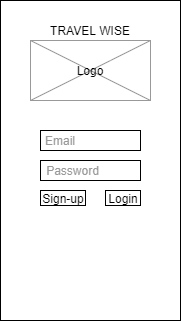
This is ux-design/Login.png from agile-dev-assignments/user-experience-design-team-luniao-devolved, a draw.io export, as it was before one commit. Source tidied: cells renumbered, new cells last; positions are measured from the earlier drawing's top-left corner, leaving out a move shared by most shapes. The source it was exported from:
```xml
<mxGraphModel>
  <root>
    <mxCell id="0" />
    <mxCell id="1" parent="0" />
    <mxCell id="2" style="rounded=0;whiteSpace=wrap;html=1;" parent="1" vertex="1">
      <mxGeometry width="180" height="320" as="geometry" />
    </mxCell>
    <mxCell id="3" style="rounded=0;whiteSpace=wrap;html=1;" parent="1" vertex="1">
      <mxGeometry x="40" y="130" width="100" height="20" as="geometry" />
    </mxCell>
    <mxCell id="4" style="rounded=0;whiteSpace=wrap;html=1;" parent="1" vertex="1">
      <mxGeometry x="40" y="160" width="100" height="20" as="geometry" />
    </mxCell>
    <mxCell id="5" value="&lt;font color=&quot;#999999&quot;&gt;Email&lt;/font&gt;" style="text;html=1;strokeColor=none;fillColor=none;align=center;verticalAlign=middle;whiteSpace=wrap;rounded=0;" parent="1" vertex="1">
      <mxGeometry x="40" y="130" width="40" height="20" as="geometry" />
    </mxCell>
    <mxCell id="6" value="&lt;font color=&quot;#999999&quot;&gt;Password&lt;/font&gt;" style="text;html=1;strokeColor=none;fillColor=none;align=center;verticalAlign=middle;whiteSpace=wrap;rounded=0;" parent="1" vertex="1">
      <mxGeometry x="40" y="160" width="65" height="20" as="geometry" />
    </mxCell>
    <mxCell id="7" style="rounded=0;whiteSpace=wrap;html=1;strokeColor=#999999;" parent="1" vertex="1">
      <mxGeometry x="30" y="40" width="120" height="60" as="geometry" />
    </mxCell>
    <mxCell id="8" value="TRAVEL WISE" style="text;html=1;strokeColor=none;fillColor=none;align=center;verticalAlign=middle;whiteSpace=wrap;rounded=0;" parent="1" vertex="1">
      <mxGeometry x="45" y="20" width="90" height="20" as="geometry" />
    </mxCell>
    <mxCell id="9" style="endArrow=none;html=1;entryX=1;entryY=0;entryDx=0;entryDy=0;strokeColor=#999999;" parent="1" edge="1" source="12" target="7">
      <mxGeometry relative="1" as="geometry" />
    </mxCell>
    <mxCell id="10" style="endArrow=none;html=1;entryX=0;entryY=0;entryDx=0;entryDy=0;exitX=1;exitY=1;exitDx=0;exitDy=0;strokeColor=#999999;" parent="1" edge="1" source="7" target="7">
      <mxGeometry relative="1" as="geometry" />
    </mxCell>
    <mxCell id="11" style="endArrow=none;html=1;entryX=1;entryY=0;entryDx=0;entryDy=0;strokeColor=#999999;" parent="1" edge="1" target="12">
      <mxGeometry relative="1" as="geometry">
        <mxPoint x="30" y="100" as="sourcePoint" />
      </mxGeometry>
    </mxCell>
    <mxCell id="12" value="Logo" style="text;html=1;strokeColor=none;fillColor=none;align=center;verticalAlign=middle;whiteSpace=wrap;rounded=0;" parent="1" vertex="1">
      <mxGeometry x="70" y="60" width="40" height="20" as="geometry" />
    </mxCell>
    <mxCell id="13" style="rounded=0;whiteSpace=wrap;html=1;" parent="1" vertex="1">
      <mxGeometry x="105" y="190" width="35" height="15" as="geometry" />
    </mxCell>
    <mxCell id="14" value="Login" style="text;html=1;strokeColor=none;fillColor=none;align=center;verticalAlign=middle;whiteSpace=wrap;rounded=0;" parent="1" vertex="1">
      <mxGeometry x="107.5" y="197.5" width="30" as="geometry" />
    </mxCell>
    <mxCell id="15" style="rounded=0;whiteSpace=wrap;html=1;" parent="1" vertex="1">
      <mxGeometry x="40" y="190" width="45" height="15" as="geometry" />
    </mxCell>
    <mxCell id="16" value="Sign-up" style="text;html=1;strokeColor=none;fillColor=none;align=center;verticalAlign=middle;whiteSpace=wrap;rounded=0;" parent="1" vertex="1">
      <mxGeometry x="32.5" y="192.5" width="60" height="10" as="geometry" />
    </mxCell>
  </root>
</mxGraphModel>
```
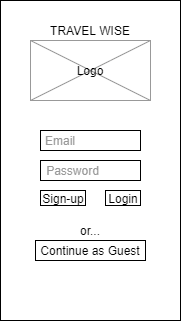
Above is the later version.

Commit message:
Updated Map, changed Login, added Guest Dashboards

What changed in the source:
```diff
@@ -49,5 +49,11 @@
     <mxCell id="16" value="Sign-up" style="text;html=1;strokeColor=none;fillColor=none;align=center;verticalAlign=middle;whiteSpace=wrap;rounded=0;" parent="1" vertex="1">
       <mxGeometry x="32.5" y="192.5" width="60" height="10" as="geometry" />
     </mxCell>
+    <mxCell id="17" value="Continue as Guest" style="rounded=0;whiteSpace=wrap;html=1;" parent="1" vertex="1">
+      <mxGeometry x="35" y="240" width="110" height="20" as="geometry" />
+    </mxCell>
+    <mxCell id="18" value="or..." style="text;html=1;strokeColor=none;fillColor=none;align=center;verticalAlign=middle;whiteSpace=wrap;rounded=0;" parent="1" vertex="1">
+      <mxGeometry x="70" y="220" width="40" height="20" as="geometry" />
+    </mxCell>
   </root>
 </mxGraphModel>
```
